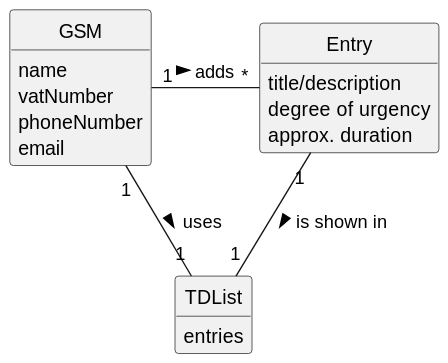
Above: docs/sprint3/us021/02.analysis/svg/us021-domain-model.svg in tiagosoa/lei-24-s2-1dgh-g073 (PlantUML), before the change. The source it was exported from:
```plantuml
@startuml
skinparam monochrome true
skinparam packageStyle rectangle
skinparam shadowing false


skinparam classAttributeIconSize 0

hide circle
hide methods



class GSM {
    name
    vatNumber
    phoneNumber
    email
}

class Entry {
    title/description
    degree of urgency
    approx. duration
}

class TDList {
    entries
}


GSM "1" - "*" Entry: adds >
GSM "1" -- "1" TDList: uses >
Entry "1" -- "1" TDList: is shown in >
@enduml
```
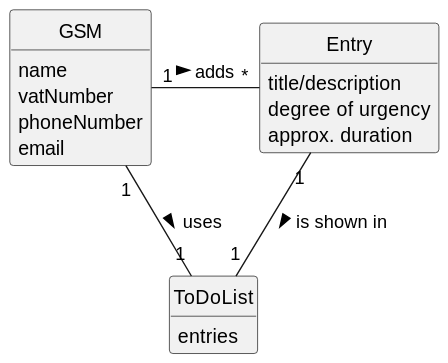
Above is the later version.

The edit, as a diff of the source:
```diff
@@ -24,12 +24,12 @@
     approx. duration
 }
 
-class TDList {
+class ToDoList {
     entries
 }
 
 
 GSM "1" - "*" Entry: adds >
-GSM "1" -- "1" TDList: uses >
-Entry "1" -- "1" TDList: is shown in >
+GSM "1" -- "1" ToDoList: uses >
+Entry "1" -- "1" ToDoList: is shown in >
 @enduml
```
